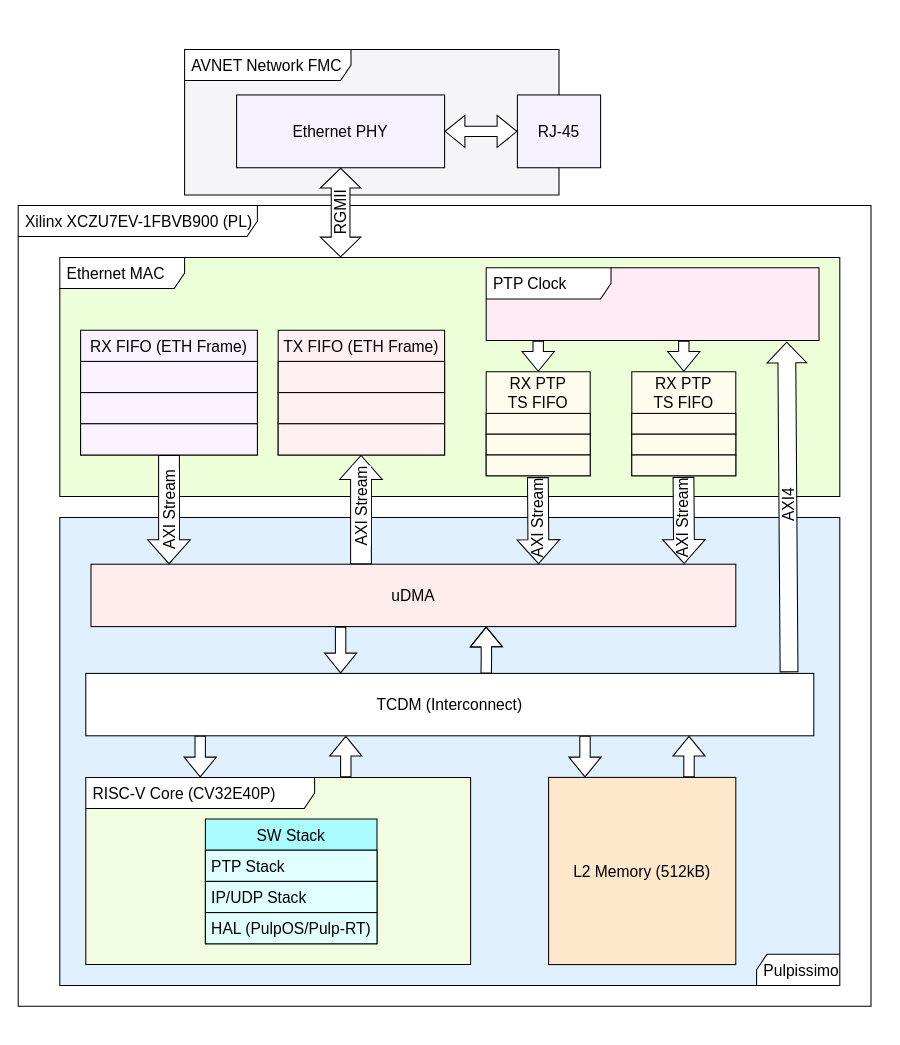
Before: etherpulp-udma-bd_big.drawio in p3da/esp_bd, a draw.io diagram. Source tidied: cells renumbered, new cells numbered last; positions are measured from the earlier drawing's top-left corner, leaving out a move shared by most shapes. Both pictures are drawn from the tidied source at 104%, with x=0, y=0 at pixel (18, 49).
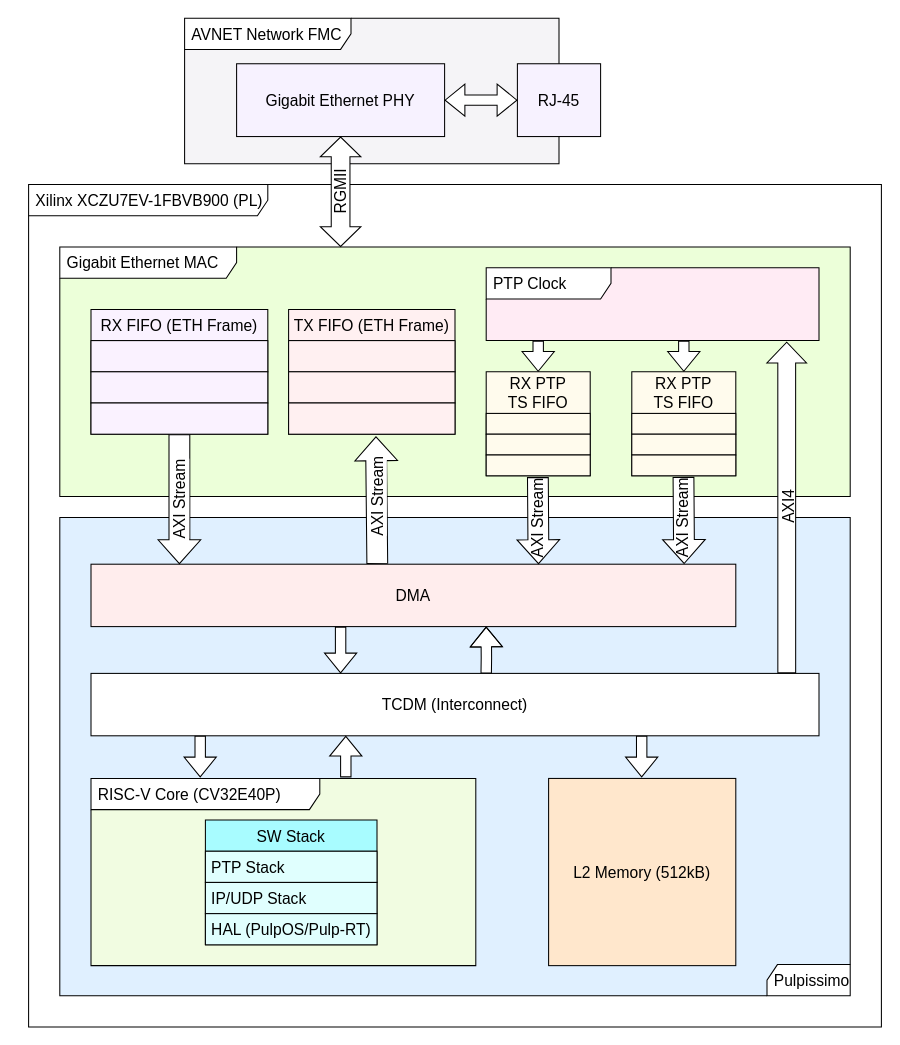
Above is the later version.

The change refers to these unchanged cells:
```xml
<mxCell id="14" value=" " style="text;strokeColor=default;fillColor=#FFF0F1;align=left;verticalAlign=middle;spacingLeft=4;spacingRight=4;overflow=hidden;points=[[0,0.5],[1,0.5]];portConstraint=eastwest;labelBackgroundColor=none;fontColor=none;fontSize=15;" parent="11" vertex="1">
  <mxGeometry y="90" width="160" height="30" as="geometry" />
</mxCell>
<mxCell id="23" value="PTP Clock" style="shape=umlFrame;whiteSpace=wrap;html=1;width=120;height=30;boundedLbl=1;verticalAlign=middle;align=left;spacingLeft=5;fillColor=#FFFFFF;swimlaneFillColor=#FFEBF4;fontSize=15;" parent="1" vertex="1">
  <mxGeometry x="450" y="210" width="320" height="70" as="geometry" />
</mxCell>
```

Diff of the diagram source:
```diff
@@
     <mxCell id="2" value="Xilinx XCZU7EV-1FBVB900 (PL)" style="shape=umlFrame;whiteSpace=wrap;html=1;width=230;height=30;boundedLbl=1;verticalAlign=middle;align=left;spacingLeft=5;fillColor=default;swimlaneFillColor=#ffffff;fontSize=15;" parent="1" vertex="1">
-      <mxGeometry y="150" width="820" height="770" as="geometry" />
+      <mxGeometry x="10" y="130" width="820" height="810" as="geometry" />
     </mxCell>
     <mxCell id="3" value="Pulpissimo" style="shape=umlFrame;whiteSpace=wrap;html=1;width=80;height=30;boundedLbl=1;verticalAlign=middle;align=left;spacingLeft=5;fillColor=#FFFFFF;swimlaneFillColor=#E0F0FF;direction=west;fontSize=15;" parent="1" vertex="1">
-      <mxGeometry x="40" y="450" width="750" height="450" as="geometry" />
+      <mxGeometry x="40" y="450" width="760" height="460" as="geometry" />
     </mxCell>
-    <mxCell id="4" value="&lt;div style=&quot;font-size: 15px;&quot;&gt;Ethernet MAC&lt;/div&gt;" style="shape=umlFrame;whiteSpace=wrap;html=1;width=120;height=30;boundedLbl=1;verticalAlign=middle;align=left;spacingLeft=5;fillColor=#FFFFFF;swimlaneFillColor=#ECFFD9;fontSize=15;" parent="1" vertex="1">
-      <mxGeometry x="40" y="200" width="750" height="230" as="geometry" />
+    <mxCell id="4" value="&lt;div style=&quot;font-size: 15px;&quot;&gt;Gigabit Ethernet MAC&lt;/div&gt;" style="shape=umlFrame;whiteSpace=wrap;html=1;width=170;height=30;boundedLbl=1;verticalAlign=middle;align=left;spacingLeft=5;fillColor=#FFFFFF;swimlaneFillColor=#ECFFD9;fontSize=15;" parent="1" vertex="1">
+      <mxGeometry x="40" y="190" width="760" height="240" as="geometry" />
     </mxCell>
     <mxCell id="5" style="group;fillColor=none;fontSize=15;" parent="1" vertex="1">
-      <mxGeometry x="160" width="400" height="140" as="geometry" />
+      <mxGeometry x="160" y="-30" width="400" height="140" as="geometry" />
     </mxCell>
@@
-    <mxCell id="8" value="Ethernet PHY" style="rounded=0;whiteSpace=wrap;html=1;labelBackgroundColor=none;fillColor=#F7F2FF;fontSize=15;" parent="5" vertex="1">
+    <mxCell id="8" value="Gigabit Ethernet PHY" style="rounded=0;whiteSpace=wrap;html=1;labelBackgroundColor=none;fillColor=#F7F2FF;fontSize=15;" parent="5" vertex="1">
       <mxGeometry x="50" y="43.8" width="200" height="70" as="geometry" />
     </mxCell>
@@
     <mxCell id="10" value="RGMII" style="shape=flexArrow;endArrow=classic;startArrow=classic;html=1;rounded=0;fontColor=none;entryX=0.5;entryY=1;entryDx=0;entryDy=0;width=18;fillColor=#FFFFFF;labelBackgroundColor=none;horizontal=0;startSize=6;fontSize=15;" parent="1" edge="1" target="8">
       <mxGeometry relative="1" as="geometry">
-        <mxPoint x="310" y="200" as="sourcePoint" />
+        <mxPoint x="310" y="190" as="sourcePoint" />
       </mxGeometry>
     </mxCell>
     <mxCell id="11" value="TX FIFO (ETH Frame)" style="swimlane;fontStyle=0;horizontal=1;startSize=30;labelBackgroundColor=none;fontColor=none;fillColor=#FFF0F1;fontSize=15;" parent="1" vertex="1">
-      <mxGeometry x="250" y="270" width="160" height="120" as="geometry" />
+      <mxGeometry x="260" y="250" width="160" height="120" as="geometry" />
     </mxCell>
@@
     <mxCell id="15" value="RX FIFO (ETH Frame)" style="swimlane;fontStyle=0;horizontal=1;startSize=30;labelBackgroundColor=none;fontColor=none;fillColor=#FAF2FF;fontSize=15;" parent="1" vertex="1">
-      <mxGeometry x="60" y="270" width="170" height="120" as="geometry" />
+      <mxGeometry x="70" y="250" width="170" height="120" as="geometry" />
     </mxCell>
@@
-    <mxCell id="24" value="uDMA" style="rounded=0;whiteSpace=wrap;html=1;glass=0;labelBackgroundColor=none;labelBorderColor=none;fontColor=none;strokeColor=default;fillColor=#FFEDED;fontSize=15;" parent="1" vertex="1">
+    <mxCell id="24" value="DMA" style="rounded=0;whiteSpace=wrap;html=1;glass=0;labelBackgroundColor=none;labelBorderColor=none;fontColor=none;strokeColor=default;fillColor=#FFEDED;fontSize=15;" parent="1" vertex="1">
       <mxGeometry x="70" y="495" width="620" height="60" as="geometry" />
     </mxCell>
@@
     <mxCell id="26" value="TCDM (Interconnect)" style="rounded=0;whiteSpace=wrap;html=1;glass=0;labelBackgroundColor=none;labelBorderColor=none;fontColor=none;strokeColor=default;fillColor=#FFFFFF;fontSize=15;" parent="1" vertex="1">
-      <mxGeometry x="65" y="600" width="700" height="60" as="geometry" />
+      <mxGeometry x="70" y="600" width="700" height="60" as="geometry" />
     </mxCell>
     <mxCell id="27" value="L2 Memory (512kB)" style="whiteSpace=wrap;html=1;glass=0;labelBackgroundColor=none;labelBorderColor=none;fontColor=none;strokeColor=default;fillColor=#FFE7CC;gradientColor=none;fontSize=15;" parent="1" vertex="1">
-      <mxGeometry x="510" y="700" width="180" height="180" as="geometry" />
+      <mxGeometry x="510" y="701" width="180" height="180" as="geometry" />
     </mxCell>
@@
     <mxCell id="30" value="RISC-V Core (CV32E40P)" style="shape=umlFrame;whiteSpace=wrap;html=1;width=220;height=30;boundedLbl=1;verticalAlign=middle;align=left;spacingLeft=5;fillColor=#FFFFFF;swimlaneFillColor=#F1FCE1;direction=east;fontSize=15;" parent="1" vertex="1">
-      <mxGeometry x="65" y="700" width="370" height="180" as="geometry" />
+      <mxGeometry x="70" y="701" width="370" height="180" as="geometry" />
     </mxCell>
@@
-    <mxCell id="40" style="shape=flexArrow;endArrow=classic;html=1;rounded=0;labelBackgroundColor=none;fontColor=none;fillColor=#FFFFFF;fontSize=15;" parent="1" edge="1">
-      <mxGeometry relative="1" as="geometry">
-        <mxPoint x="645" y="700" as="sourcePoint" />
-        <mxPoint x="645" y="660" as="targetPoint" />
-      </mxGeometry>
-    </mxCell>
     <mxCell id="41" style="shape=flexArrow;endArrow=classic;html=1;rounded=0;labelBackgroundColor=none;fontColor=none;fillColor=#FFFFFF;orthogonal=1;fontSize=15;" parent="1" edge="1">
       <mxGeometry relative="1" as="geometry">
-        <mxPoint x="545" y="660" as="sourcePoint" />
-        <mxPoint x="545" y="700" as="targetPoint" />
+        <mxPoint x="599.5" y="660" as="sourcePoint" />
+        <mxPoint x="599.5" y="700" as="targetPoint" />
       </mxGeometry>
     </mxCell>
     <mxCell id="42" value="SW Stack" style="swimlane;fontStyle=0;horizontal=1;startSize=30;glass=0;labelBackgroundColor=none;labelBorderColor=none;fontColor=none;strokeColor=default;fillColor=#A8FCFF;gradientColor=none;fontSize=15;" parent="1" vertex="1">
-      <mxGeometry x="180" y="740" width="165" height="120" as="geometry" />
+      <mxGeometry x="180" y="741" width="165" height="120" as="geometry" />
     </mxCell>
@@
-    <mxCell id="46" value="AXI Stream" style="shape=flexArrow;endArrow=classic;html=1;rounded=0;labelBackgroundColor=default;fontColor=none;fillColor=#FFFFFF;orthogonal=1;horizontal=0;width=20;endSize=7.33;startArrow=none;fontSize=15;" parent="1" edge="1">
-      <mxGeometry x="0.05" relative="1" as="geometry">
-        <mxPoint x="329.6" y="495" as="sourcePoint" />
-        <mxPoint x="329.6" y="390" as="targetPoint" />
-      </mxGeometry>
+    <mxCell id="46" value="AXI Stream" style="shape=flexArrow;endArrow=classic;html=1;rounded=0;labelBackgroundColor=default;fontColor=none;fillColor=#FFFFFF;orthogonal=1;horizontal=0;width=20;endSize=7.33;startArrow=none;fontSize=15;entryX=0.525;entryY=1.067;entryDx=0;entryDy=0;entryPerimeter=0;exitX=0.444;exitY=-0.006;exitDx=0;exitDy=0;exitPerimeter=0;" parent="1" edge="1" source="24" target="14">
+      <mxGeometry x="0.05" relative="1" as="geometry" />
     </mxCell>
-    <mxCell id="47" style="shape=flexArrow;endArrow=classic;html=1;rounded=0;labelBackgroundColor=none;fontColor=none;fillColor=#FFFFFF;exitX=0.966;exitY=-0.017;exitDx=0;exitDy=0;exitPerimeter=0;fontSize=15;entryX=0.903;entryY=1.014;entryDx=0;entryDy=0;entryPerimeter=0;width=17.142857142857142;endSize=6.32;" parent="1" edge="1" source="26" target="23">
-      <mxGeometry relative="1" as="geometry" />
+    <mxCell id="47" style="shape=flexArrow;endArrow=classic;html=1;rounded=0;labelBackgroundColor=none;fontColor=none;fillColor=#FFFFFF;fontSize=15;entryX=0.903;entryY=1.014;entryDx=0;entryDy=0;entryPerimeter=0;width=17.142857142857142;endSize=6.32;" parent="1" edge="1" target="23">
+      <mxGeometry relative="1" as="geometry">
+        <mxPoint x="739" y="600" as="sourcePoint" />
+      </mxGeometry>
     </mxCell>
```
